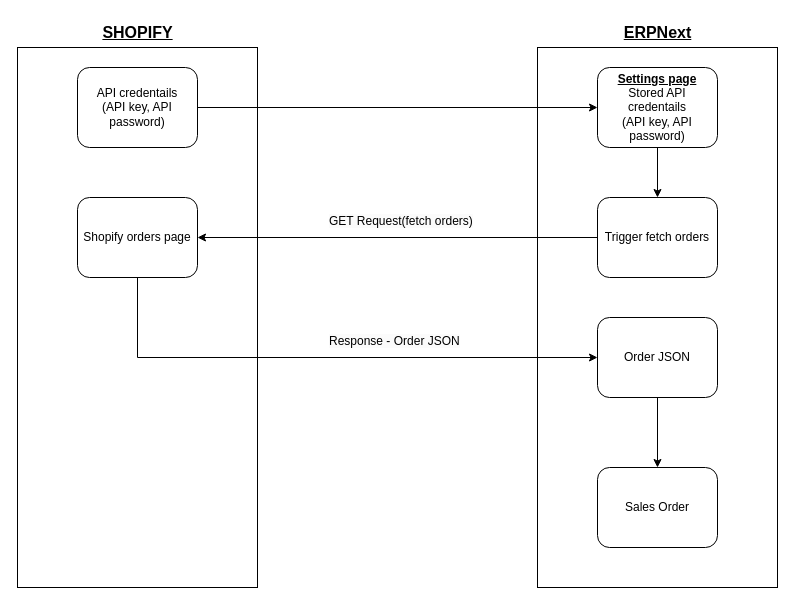
Above: shopify_fetch_orders.drawio in GVicky98/Shopify-API-Flow-Diagram (draw.io), before the change. Source tidied: cells renumbered, new cells numbered last; positions are measured from the earlier drawing's top-left corner, leaving out a move shared by most shapes. Both pictures are drawn from the tidied source at 100%, with x=0, y=0 at pixel (17, 17).
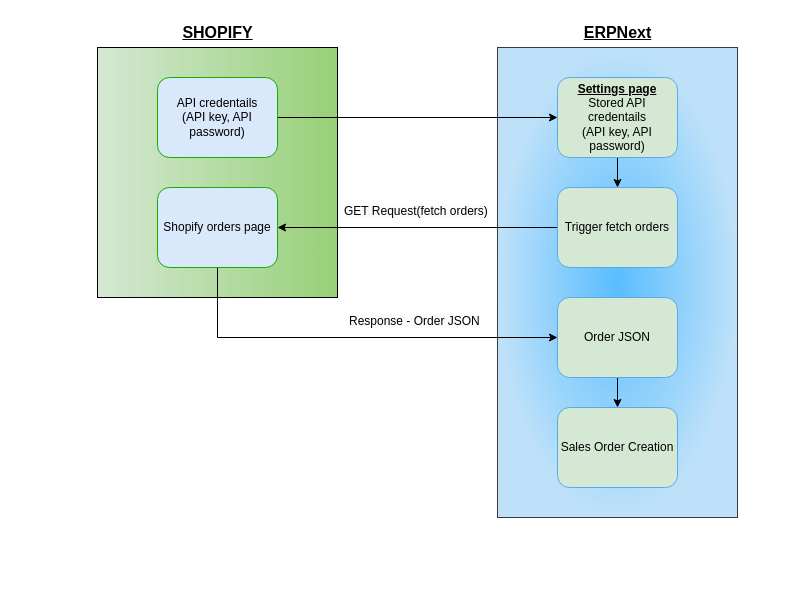
After the change.

Diff of the diagram source:
```diff
@@
-    <mxCell id="2" style="rounded=0;whiteSpace=wrap;html=1;" parent="1" vertex="1">
-      <mxGeometry y="30" width="240" height="540" as="geometry" />
+    <mxCell id="2" style="rounded=0;whiteSpace=wrap;html=1;fillColor=#97D077;strokeColor=default;gradientColor=#D5E8D4;gradientDirection=west;" parent="1" vertex="1">
+      <mxGeometry x="80" y="30" width="240" height="250" as="geometry" />
     </mxCell>
-    <mxCell id="3" style="rounded=0;whiteSpace=wrap;html=1;" parent="1" vertex="1">
-      <mxGeometry x="520" y="30" width="240" height="540" as="geometry" />
+    <mxCell id="3" style="rounded=0;whiteSpace=wrap;html=1;fillColor=#59BDFF;strokeColor=#36393d;gradientColor=#bee1f9;gradientDirection=radial;" parent="1" vertex="1">
+      <mxGeometry x="480" y="30" width="240" height="470" as="geometry" />
     </mxCell>
     <mxCell id="4" value="&lt;b&gt;&lt;u&gt;&lt;font style=&quot;font-size: 16px;&quot;&gt;SHOPIFY&lt;/font&gt;&lt;/u&gt;&lt;/b&gt;" style="text;html=1;align=center;verticalAlign=middle;strokeColor=none;fillColor=none;" parent="1" vertex="1">
-      <mxGeometry x="75" width="90" height="30" as="geometry" />
+      <mxGeometry x="155" width="90" height="30" as="geometry" />
     </mxCell>
     <mxCell id="5" value="&lt;span style=&quot;font-size: 16px;&quot;&gt;&lt;b&gt;&lt;u&gt;ERPNext&lt;br&gt;&lt;/u&gt;&lt;/b&gt;&lt;/span&gt;" style="text;html=1;align=center;verticalAlign=middle;strokeColor=none;fillColor=none;" parent="1" vertex="1">
-      <mxGeometry x="595" width="90" height="30" as="geometry" />
+      <mxGeometry x="555" width="90" height="30" as="geometry" />
     </mxCell>
@@
-    <mxCell id="7" value="API credentails&lt;br&gt;(API key, API password)" style="rounded=1;whiteSpace=wrap;html=1;" parent="1" vertex="1">
-      <mxGeometry x="60" y="50" width="120" height="80" as="geometry" />
+    <mxCell id="7" value="API credentails&lt;br&gt;(API key, API password)" style="rounded=1;whiteSpace=wrap;html=1;fillColor=#dae8fc;strokeColor=#14AD01;" parent="1" vertex="1">
+      <mxGeometry x="140" y="60" width="120" height="80" as="geometry" />
     </mxCell>
@@
-    <mxCell id="9" value="&lt;b&gt;&lt;u&gt;Settings page&lt;/u&gt;&lt;/b&gt;&lt;br&gt;Stored API credentails&lt;br&gt;(API key, API password)" style="rounded=1;whiteSpace=wrap;html=1;" parent="1" vertex="1">
-      <mxGeometry x="580" y="50" width="120" height="80" as="geometry" />
+    <mxCell id="9" value="&lt;b&gt;&lt;u&gt;Settings page&lt;/u&gt;&lt;/b&gt;&lt;br&gt;Stored API credentails&lt;br&gt;(API key, API password)" style="rounded=1;whiteSpace=wrap;html=1;fillColor=#d5e8d4;strokeColor=#55abec;" parent="1" vertex="1">
+      <mxGeometry x="540" y="60" width="120" height="80" as="geometry" />
     </mxCell>
@@
-    <mxCell id="11" value="Trigger fetch orders" style="rounded=1;whiteSpace=wrap;html=1;" parent="1" vertex="1">
-      <mxGeometry x="580" y="180" width="120" height="80" as="geometry" />
+    <mxCell id="11" value="Trigger fetch orders" style="rounded=1;whiteSpace=wrap;html=1;fillColor=#d5e8d4;strokeColor=#55abec;" parent="1" vertex="1">
+      <mxGeometry x="540" y="170" width="120" height="80" as="geometry" />
     </mxCell>
     <mxCell id="12" value="&lt;span style=&quot;color: rgb(0, 0, 0); font-family: Helvetica; font-size: 12px; font-style: normal; font-variant-ligatures: normal; font-variant-caps: normal; font-weight: 400; letter-spacing: normal; orphans: 2; text-align: center; text-indent: 0px; text-transform: none; widows: 2; word-spacing: 0px; -webkit-text-stroke-width: 0px; background-color: rgb(251, 251, 251); text-decoration-thickness: initial; text-decoration-style: initial; text-decoration-color: initial; float: none; display: inline !important;&quot;&gt;GET Request(fetch orders)&lt;/span&gt;" style="text;whiteSpace=wrap;html=1;" parent="1" vertex="1">
-      <mxGeometry x="310" y="190" width="150" height="40" as="geometry" />
+      <mxGeometry x="325" y="180" width="150" height="30" as="geometry" />
     </mxCell>
-    <mxCell id="13" style="edgeStyle=none;rounded=0;jettySize=auto;html=1;entryX=0;entryY=0.5;entryDx=0;entryDy=0;" parent="1" edge="1" source="14" target="16">
+    <mxCell id="13" style="edgeStyle=none;rounded=0;jettySize=auto;html=1;entryX=0;entryY=0.5;entryDx=0;entryDy=0;exitX=0.5;exitY=1;exitDx=0;exitDy=0;" parent="1" edge="1" source="14" target="16">
       <mxGeometry relative="1" as="geometry">
         <Array as="points">
-          <mxPoint x="120" y="340" />
+          <mxPoint x="200" y="320" />
         </Array>
       </mxGeometry>
     </mxCell>
-    <mxCell id="14" value="Shopify orders page" style="rounded=1;whiteSpace=wrap;html=1;" parent="1" vertex="1">
-      <mxGeometry x="60" y="180" width="120" height="80" as="geometry" />
+    <mxCell id="14" value="Shopify orders page" style="rounded=1;whiteSpace=wrap;html=1;fillColor=#dae8fc;strokeColor=#14AD01;" parent="1" vertex="1">
+      <mxGeometry x="140" y="170" width="120" height="80" as="geometry" />
     </mxCell>
@@
-    <mxCell id="16" value="Order JSON" style="rounded=1;whiteSpace=wrap;html=1;" parent="1" vertex="1">
-      <mxGeometry x="580" y="300" width="120" height="80" as="geometry" />
+    <mxCell id="16" value="Order JSON" style="rounded=1;whiteSpace=wrap;html=1;fillColor=#d5e8d4;strokeColor=#55abec;" parent="1" vertex="1">
+      <mxGeometry x="540" y="280" width="120" height="80" as="geometry" />
     </mxCell>
     <mxCell id="17" value="&lt;span style=&quot;color: rgb(0, 0, 0); font-family: Helvetica; font-size: 12px; font-style: normal; font-variant-ligatures: normal; font-variant-caps: normal; font-weight: 400; letter-spacing: normal; orphans: 2; text-align: center; text-indent: 0px; text-transform: none; widows: 2; word-spacing: 0px; -webkit-text-stroke-width: 0px; background-color: rgb(251, 251, 251); text-decoration-thickness: initial; text-decoration-style: initial; text-decoration-color: initial; float: none; display: inline !important;&quot;&gt;Response - Order JSON&lt;/span&gt;" style="text;whiteSpace=wrap;html=1;" parent="1" vertex="1">
-      <mxGeometry x="310" y="310" width="150" height="40" as="geometry" />
+      <mxGeometry x="330" y="290" width="140" height="30" as="geometry" />
     </mxCell>
-    <mxCell id="18" value="Sales Order" style="rounded=1;whiteSpace=wrap;html=1;" parent="1" vertex="1">
-      <mxGeometry x="580" y="450" width="120" height="80" as="geometry" />
+    <mxCell id="18" value="Sales Order Creation" style="rounded=1;whiteSpace=wrap;html=1;fillColor=#d5e8d4;strokeColor=#55abec;" parent="1" vertex="1">
+      <mxGeometry x="540" y="390" width="120" height="80" as="geometry" />
     </mxCell>
```
